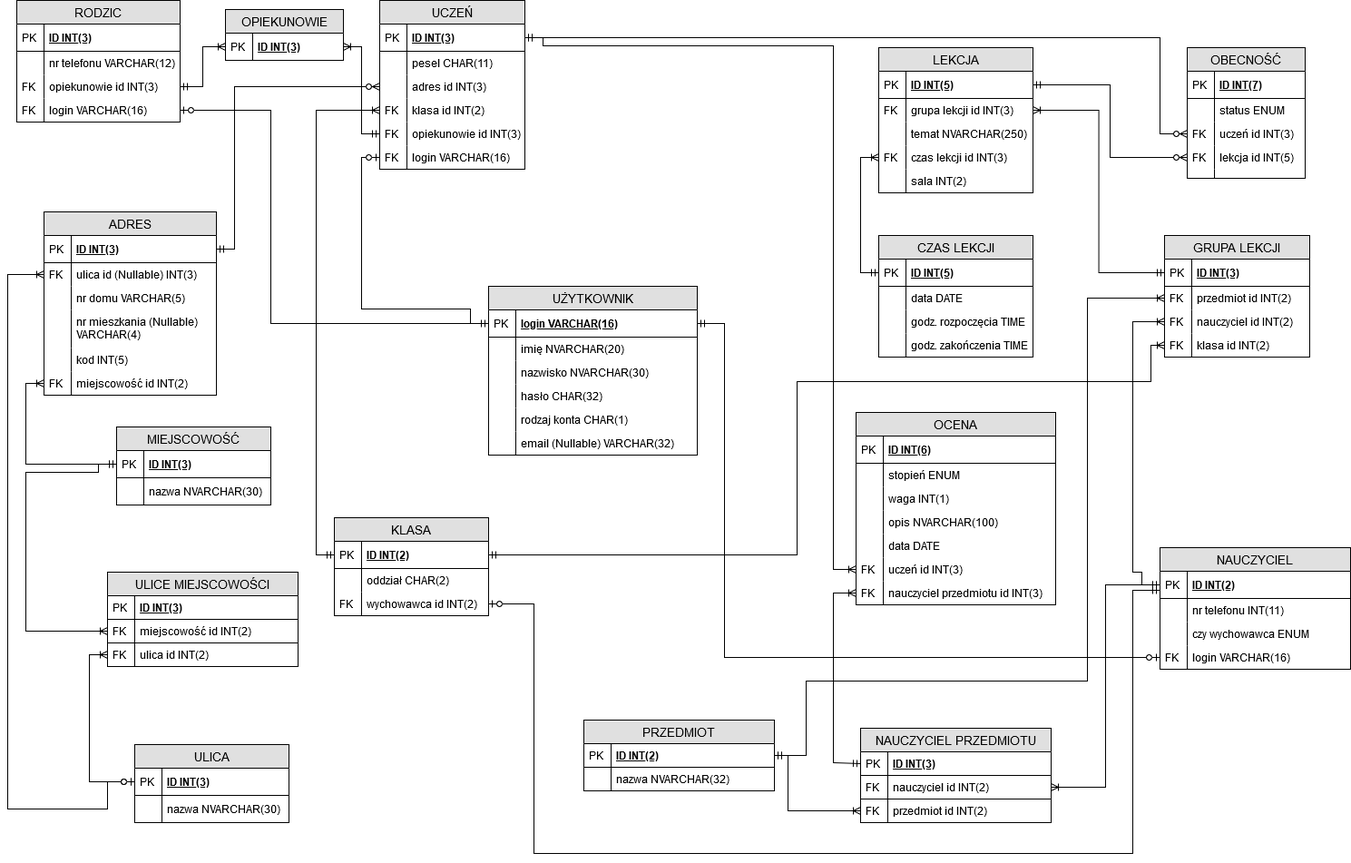
Before: Modele/modele-Model Znormalizowany.png, a diagram exported from draw.io (maciekpajak/BAZY_DANYCH_PROJEKT). Source tidied: cells renumbered, new cells last; positions are measured from the earlier drawing's top-left corner, leaving out a move shared by most shapes.
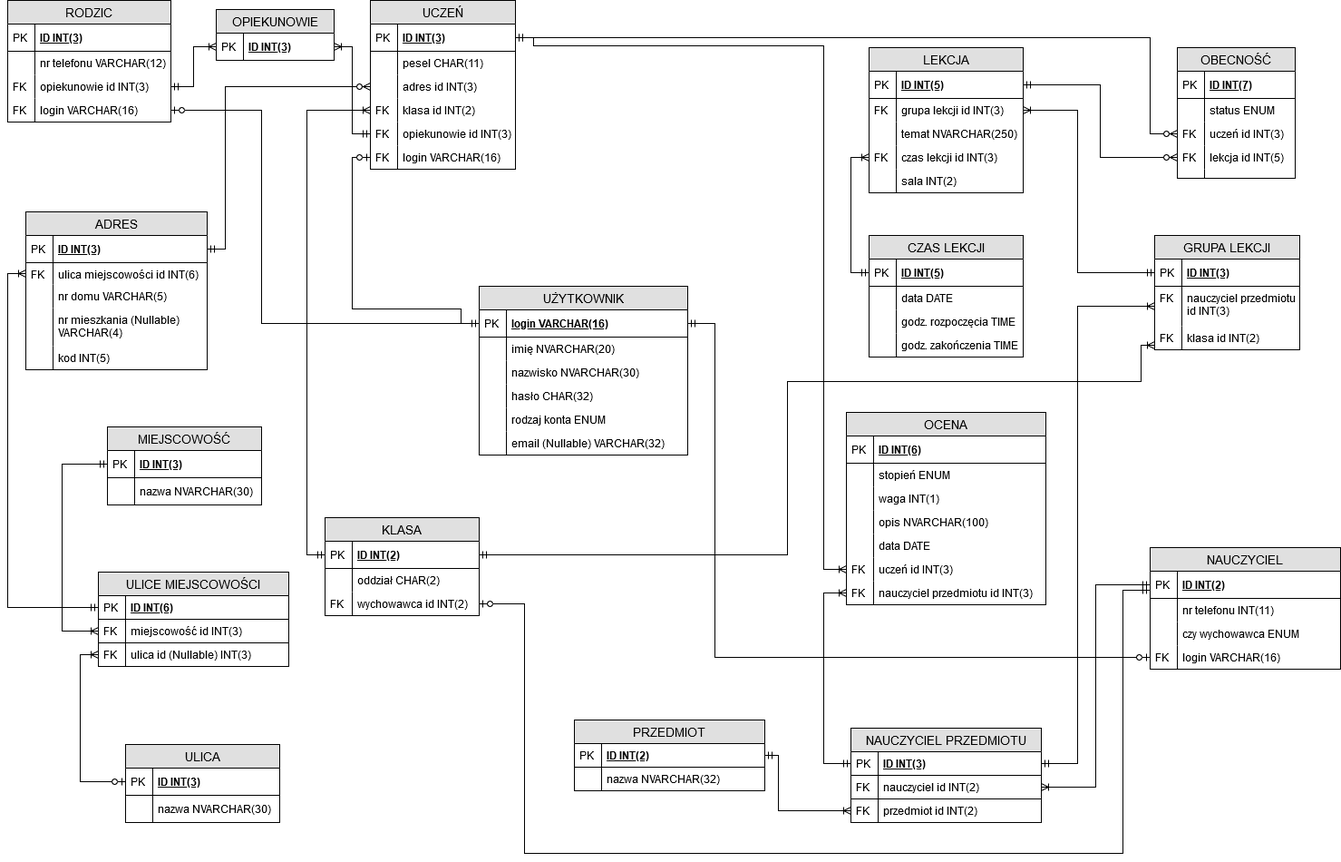
The same diagram one commit later.

Commit message:
modele wieczór 29 kwietnia

Change to the diagram source:
```diff
@@ -57,7 +57,7 @@
       <mxGeometry width="30" height="26" as="geometry" />
     </mxCell>
     <mxCell id="20" value="GRUPA LEKCJI" style="swimlane;fontStyle=0;horizontal=1;startSize=26;fillColor=#e0e0e0;swimlaneFillColor=#ffffff;align=center;fontSize=14;rounded=0;" parent="1" vertex="1">
-      <mxGeometry x="1275" y="259" width="160" height="134" as="geometry" />
+      <mxGeometry x="1275" y="259" width="160" height="126" as="geometry" />
     </mxCell>
     <mxCell id="21" value="ID INT(3)" style="shape=partialRectangle;top=0;left=0;right=0;bottom=1;align=left;verticalAlign=middle;fillColor=none;spacingLeft=34;spacingRight=4;overflow=hidden;points=[[0,0.5],[1,0.5]];portConstraint=eastwest;fontStyle=5;fontSize=12;" parent="20" vertex="1">
       <mxGeometry y="26" width="160" height="30" as="geometry" />
@@ -65,63 +65,51 @@
     <mxCell id="22" value="PK" style="shape=partialRectangle;top=0;left=0;bottom=0;fillColor=none;align=left;verticalAlign=middle;spacingLeft=4;spacingRight=4;overflow=hidden;fontSize=12;" parent="21" vertex="1">
       <mxGeometry width="30" height="30" as="geometry" />
     </mxCell>
-    <mxCell id="23" value="przedmiot id INT(2)" style="shape=partialRectangle;top=0;left=0;right=0;bottom=0;align=left;verticalAlign=top;fillColor=none;spacingLeft=34;spacingRight=4;overflow=hidden;points=[[0,0.5],[1,0.5]];portConstraint=eastwest;fontSize=12;" parent="20" vertex="1">
-      <mxGeometry y="56" width="160" height="26" as="geometry" />
-    </mxCell>
-    <mxCell id="24" value="FK" style="shape=partialRectangle;top=0;left=0;bottom=0;fillColor=none;align=left;verticalAlign=top;spacingLeft=4;spacingRight=4;overflow=hidden;fontSize=12;" parent="23" vertex="1">
-      <mxGeometry width="30" height="26" as="geometry" />
-    </mxCell>
-    <mxCell id="25" value="nauczyciel id INT(2)" style="shape=partialRectangle;top=0;left=0;right=0;bottom=0;align=left;verticalAlign=top;fillColor=none;spacingLeft=34;spacingRight=4;overflow=hidden;points=[[0,0.5],[1,0.5]];portConstraint=eastwest;fontSize=12;" parent="20" vertex="1">
-      <mxGeometry y="82" width="160" height="26" as="geometry" />
+    <mxCell id="25" value="nauczyciel przedmiotu&#10;id INT(3)" style="shape=partialRectangle;top=0;left=0;right=0;bottom=0;align=left;verticalAlign=top;fillColor=none;spacingLeft=34;spacingRight=4;overflow=hidden;points=[[0,0.5],[1,0.5]];portConstraint=eastwest;fontSize=12;" parent="20" vertex="1">
+      <mxGeometry y="56" width="160" height="44" as="geometry" />
     </mxCell>
     <mxCell id="26" value="FK" style="shape=partialRectangle;top=0;left=0;bottom=0;fillColor=none;align=left;verticalAlign=top;spacingLeft=4;spacingRight=4;overflow=hidden;fontSize=12;" parent="25" vertex="1">
-      <mxGeometry width="30" height="26" as="geometry" />
+      <mxGeometry width="30" height="44" as="geometry" />
     </mxCell>
     <mxCell id="27" value="klasa id INT(2)" style="shape=partialRectangle;top=0;left=0;right=0;bottom=0;align=left;verticalAlign=top;fillColor=none;spacingLeft=34;spacingRight=4;overflow=hidden;points=[[0,0.5],[1,0.5]];portConstraint=eastwest;fontSize=12;rounded=0;" parent="20" vertex="1">
-      <mxGeometry y="108" width="160" height="26" as="geometry" />
+      <mxGeometry y="100" width="160" height="26" as="geometry" />
     </mxCell>
     <mxCell id="28" value="FK" style="shape=partialRectangle;top=0;left=0;bottom=0;fillColor=none;align=left;verticalAlign=top;spacingLeft=4;spacingRight=4;overflow=hidden;fontSize=12;" parent="27" vertex="1">
       <mxGeometry width="30" height="26" as="geometry" />
     </mxCell>
     <mxCell id="29" value="ADRES" style="swimlane;fontStyle=0;horizontal=1;startSize=26;fillColor=#e0e0e0;swimlaneFillColor=#ffffff;align=center;fontSize=14;" parent="1" vertex="1">
-      <mxGeometry x="40" y="233" width="190" height="202" as="geometry" />
+      <mxGeometry x="30" y="233" width="200" height="174" as="geometry" />
     </mxCell>
     <mxCell id="30" value="ID INT(3)" style="shape=partialRectangle;top=0;left=0;right=0;bottom=1;align=left;verticalAlign=middle;fillColor=none;spacingLeft=34;spacingRight=4;overflow=hidden;points=[[0,0.5],[1,0.5]];portConstraint=eastwest;fontStyle=5;fontSize=12;" parent="29" vertex="1">
-      <mxGeometry y="26" width="190" height="30" as="geometry" />
+      <mxGeometry y="26" width="200" height="30" as="geometry" />
     </mxCell>
     <mxCell id="31" value="PK" style="shape=partialRectangle;top=0;left=0;bottom=0;fillColor=none;align=left;verticalAlign=middle;spacingLeft=4;spacingRight=4;overflow=hidden;fontSize=12;" parent="30" vertex="1">
       <mxGeometry width="30" height="30" as="geometry" />
     </mxCell>
-    <mxCell id="32" value="ulica id (Nullable) INT(3)" style="shape=partialRectangle;top=0;left=0;right=0;bottom=0;align=left;verticalAlign=top;fillColor=none;spacingLeft=34;spacingRight=4;overflow=hidden;points=[[0,0.5],[1,0.5]];portConstraint=eastwest;fontSize=12;" parent="29" vertex="1">
-      <mxGeometry y="56" width="190" height="26" as="geometry" />
+    <mxCell id="32" value="ulica miejscowości id INT(6)" style="shape=partialRectangle;top=0;left=0;right=0;bottom=0;align=left;verticalAlign=top;fillColor=none;spacingLeft=34;spacingRight=4;overflow=hidden;points=[[0,0.5],[1,0.5]];portConstraint=eastwest;fontSize=12;" parent="29" vertex="1">
+      <mxGeometry y="56" width="200" height="24" as="geometry" />
     </mxCell>
     <mxCell id="33" value="FK" style="shape=partialRectangle;top=0;left=0;bottom=0;fillColor=none;align=left;verticalAlign=top;spacingLeft=4;spacingRight=4;overflow=hidden;fontSize=12;" parent="32" vertex="1">
-      <mxGeometry width="30" height="26" as="geometry" />
+      <mxGeometry width="30" height="24" as="geometry" />
     </mxCell>
     <mxCell id="34" value="nr domu VARCHAR(5)" style="shape=partialRectangle;top=0;left=0;right=0;bottom=0;align=left;verticalAlign=top;fillColor=none;spacingLeft=34;spacingRight=4;overflow=hidden;fontSize=12;" parent="29" vertex="1">
-      <mxGeometry y="82" width="190" height="26" as="geometry" />
+      <mxGeometry y="80" width="200" height="26" as="geometry" />
     </mxCell>
     <mxCell id="35" style="shape=partialRectangle;top=0;left=0;bottom=0;fillColor=none;align=left;verticalAlign=top;spacingLeft=4;spacingRight=4;overflow=hidden;fontSize=12;" parent="34" vertex="1">
       <mxGeometry width="30" height="26" as="geometry" />
     </mxCell>
     <mxCell id="36" value="nr mieszkania (Nullable)&#10; VARCHAR(4)" style="shape=partialRectangle;top=0;left=0;right=0;bottom=0;align=left;verticalAlign=top;fillColor=none;spacingLeft=34;spacingRight=4;overflow=hidden;fontSize=12;" parent="29" vertex="1">
-      <mxGeometry y="108" width="190" height="42" as="geometry" />
+      <mxGeometry y="106" width="200" height="42" as="geometry" />
     </mxCell>
     <mxCell id="37" style="shape=partialRectangle;top=0;left=0;bottom=0;fillColor=none;align=left;verticalAlign=top;spacingLeft=4;spacingRight=4;overflow=hidden;fontSize=12;" parent="36" vertex="1">
       <mxGeometry width="30" height="42" as="geometry" />
     </mxCell>
     <mxCell id="38" value="kod INT(5)" style="shape=partialRectangle;top=0;left=0;right=0;bottom=0;align=left;verticalAlign=top;fillColor=none;spacingLeft=34;spacingRight=4;overflow=hidden;fontSize=12;" parent="29" vertex="1">
-      <mxGeometry y="150" width="190" height="26" as="geometry" />
+      <mxGeometry y="148" width="200" height="26" as="geometry" />
     </mxCell>
     <mxCell id="39" style="shape=partialRectangle;top=0;left=0;bottom=0;fillColor=none;align=left;verticalAlign=top;spacingLeft=4;spacingRight=4;overflow=hidden;fontSize=12;" parent="38" vertex="1">
       <mxGeometry width="30" height="26" as="geometry" />
     </mxCell>
-    <mxCell id="40" value="miejscowość id INT(2)" style="shape=partialRectangle;top=0;left=0;right=0;bottom=0;align=left;verticalAlign=top;fillColor=none;spacingLeft=34;spacingRight=4;overflow=hidden;points=[[0,0.5],[1,0.5]];portConstraint=eastwest;fontSize=12;" parent="29" vertex="1">
-      <mxGeometry y="176" width="190" height="26" as="geometry" />
-    </mxCell>
-    <mxCell id="41" value="FK" style="shape=partialRectangle;top=0;left=0;bottom=0;fillColor=none;align=left;verticalAlign=top;spacingLeft=4;spacingRight=4;overflow=hidden;fontSize=12;" parent="40" vertex="1">
-      <mxGeometry width="30" height="26" as="geometry" />
-    </mxCell>
     <mxCell id="42" value="CZAS LEKCJI" style="swimlane;fontStyle=0;horizontal=1;startSize=26;fillColor=#e0e0e0;swimlaneFillColor=#ffffff;align=center;fontSize=14;rounded=0;" parent="1" vertex="1">
       <mxGeometry x="960" y="259" width="170" height="134" as="geometry" />
     </mxCell>
@@ -157,16 +145,6 @@
         </Array>
       </mxGeometry>
     </mxCell>
-    <mxCell id="52" style="edgeStyle=orthogonalEdgeStyle;rounded=0;jettySize=auto;html=1;exitX=0;exitY=0.5;exitDx=0;exitDy=0;startArrow=ERoneToMany;startFill=0;endArrow=ERzeroToOne;endFill=1;fontSize=12;" parent="1" edge="1" source="32" target="148">
-      <mxGeometry relative="1" as="geometry">
-        <Array as="points">
-          <mxPoint y="302" />
-          <mxPoint y="891" />
-          <mxPoint x="110" y="891" />
-          <mxPoint x="110" y="861" />
-        </Array>
-      </mxGeometry>
-    </mxCell>
     <mxCell id="53" style="edgeStyle=orthogonalEdgeStyle;rounded=0;jettySize=auto;html=1;exitX=0;exitY=0.5;exitDx=0;exitDy=0;startArrow=ERzeroToMany;startFill=1;endArrow=ERmandOne;endFill=0;fontSize=12;" parent="1" edge="1" source="12" target="30">
       <mxGeometry relative="1" as="geometry">
         <Array as="points">
@@ -319,28 +297,13 @@
         </Array>
       </mxGeometry>
     </mxCell>
-    <mxCell id="94" style="edgeStyle=orthogonalEdgeStyle;rounded=0;jettySize=auto;html=1;exitX=0;exitY=0.5;exitDx=0;exitDy=0;entryX=0;entryY=0.5;entryDx=0;entryDy=0;startArrow=ERmandOne;startFill=0;endArrow=ERoneToMany;endFill=0;fontSize=12;" parent="1" edge="1" source="161" target="25">
-      <mxGeometry relative="1" as="geometry">
-        <Array as="points">
-          <mxPoint x="1250" y="644" />
-          <mxPoint x="1250" y="630" />
-          <mxPoint x="1240" y="630" />
-          <mxPoint x="1240" y="354" />
-        </Array>
-      </mxGeometry>
-    </mxCell>
-    <mxCell id="95" style="edgeStyle=orthogonalEdgeStyle;rounded=0;jettySize=auto;html=1;exitX=1;exitY=0.5;exitDx=0;exitDy=0;startArrow=ERmandOne;startFill=0;endArrow=ERoneToMany;endFill=0;fontSize=12;" parent="1" edge="1" source="101" target="23">
-      <mxGeometry relative="1" as="geometry">
-        <Array as="points">
-          <mxPoint x="880" y="832" />
-          <mxPoint x="880" y="750" />
-          <mxPoint x="1190" y="750" />
-          <mxPoint x="1190" y="328" />
-        </Array>
-      </mxGeometry>
-    </mxCell>
     <mxCell id="96" style="edgeStyle=orthogonalEdgeStyle;rounded=0;jettySize=auto;html=1;exitX=0;exitY=0.5;exitDx=0;exitDy=0;entryX=1;entryY=0.5;entryDx=0;entryDy=0;startArrow=ERmandOne;startFill=0;endArrow=ERoneToMany;endFill=0;fontSize=12;" parent="1" edge="1" source="21" target="109">
-      <mxGeometry relative="1" as="geometry" />
+      <mxGeometry relative="1" as="geometry">
+        <Array as="points">
+          <mxPoint x="1190" y="300" />
+          <mxPoint x="1190" y="121" />
+        </Array>
+      </mxGeometry>
     </mxCell>
     <mxCell id="97" style="edgeStyle=orthogonalEdgeStyle;rounded=0;jettySize=auto;html=1;exitX=0;exitY=0.5;exitDx=0;exitDy=0;entryX=0;entryY=0.5;entryDx=0;entryDy=0;startArrow=ERmandOne;startFill=0;endArrow=ERoneToMany;endFill=0;fontSize=12;" parent="1" edge="1" source="43" target="113">
       <mxGeometry relative="1" as="geometry" />
@@ -355,14 +318,6 @@
         </Array>
       </mxGeometry>
     </mxCell>
-    <mxCell id="99" style="edgeStyle=orthogonalEdgeStyle;rounded=0;jettySize=auto;html=1;exitX=0;exitY=0.5;exitDx=0;exitDy=0;entryX=0;entryY=0.5;entryDx=0;entryDy=0;startArrow=ERmandOne;startFill=0;endArrow=ERoneToMany;endFill=0;fontSize=12;" parent="1" edge="1" source="170" target="69">
-      <mxGeometry relative="1" as="geometry">
-        <Array as="points">
-          <mxPoint x="910" y="840" />
-          <mxPoint x="910" y="653" />
-        </Array>
-      </mxGeometry>
-    </mxCell>
     <mxCell id="100" value="PRZEDMIOT" style="swimlane;fontStyle=0;horizontal=1;startSize=26;fillColor=#e0e0e0;swimlaneFillColor=#ffffff;align=center;fontSize=14;rounded=0;" parent="1" vertex="1">
       <mxGeometry x="635" y="793" width="210" height="78" as="geometry" />
     </mxCell>
@@ -425,19 +380,14 @@
     <mxCell id="118" style="edgeStyle=orthogonalEdgeStyle;rounded=0;jettySize=auto;html=1;exitX=0;exitY=0.5;exitDx=0;exitDy=0;entryX=0;entryY=0.5;entryDx=0;entryDy=0;startArrow=ERoneToMany;startFill=0;endArrow=ERmandOne;endFill=0;" parent="1" edge="1" source="130" target="123">
       <mxGeometry relative="1" as="geometry">
         <Array as="points">
-          <mxPoint x="20" y="695" />
-          <mxPoint x="20" y="520" />
-          <mxPoint x="100" y="520" />
-          <mxPoint x="100" y="511" />
+          <mxPoint x="70" y="695" />
+          <mxPoint x="70" y="511" />
         </Array>
       </mxGeometry>
     </mxCell>
     <mxCell id="119" style="edgeStyle=orthogonalEdgeStyle;rounded=0;jettySize=auto;html=1;exitX=0;exitY=0.5;exitDx=0;exitDy=0;entryX=0;entryY=0.5;entryDx=0;entryDy=0;startArrow=ERoneToMany;startFill=0;endArrow=ERzeroToOne;endFill=1;" parent="1" edge="1" source="132" target="148">
       <mxGeometry relative="1" as="geometry" />
     </mxCell>
-    <mxCell id="120" style="edgeStyle=orthogonalEdgeStyle;rounded=0;jettySize=auto;html=1;exitX=0;exitY=0.5;exitDx=0;exitDy=0;entryX=0;entryY=0.5;entryDx=0;entryDy=0;startArrow=ERoneToMany;startFill=0;endArrow=ERmandOne;endFill=0;" parent="1" edge="1" source="40" target="123">
-      <mxGeometry relative="1" as="geometry" />
-    </mxCell>
     <mxCell id="121" style="edgeStyle=orthogonalEdgeStyle;rounded=0;jettySize=auto;html=1;exitX=0;exitY=0.5;exitDx=0;exitDy=0;startArrow=ERzeroToOne;startFill=1;endArrow=ERmandOne;endFill=0;" parent="1" edge="1" source="167" target="135">
       <mxGeometry relative="1" as="geometry">
         <Array as="points">
@@ -464,19 +414,19 @@
     <mxCell id="127" value="ULICE MIEJSCOWOŚCI" style="swimlane;fontStyle=0;horizontal=1;startSize=26;fillColor=#e0e0e0;swimlaneFillColor=#ffffff;align=center;fontSize=14;rounded=0;" parent="1" vertex="1">
       <mxGeometry x="110" y="630" width="210" height="104" as="geometry" />
     </mxCell>
-    <mxCell id="128" value="ID INT(3)" style="shape=partialRectangle;top=0;left=0;right=0;bottom=1;align=left;verticalAlign=top;fillColor=none;spacingLeft=34;spacingRight=4;overflow=hidden;points=[[0,0.5],[1,0.5]];portConstraint=eastwest;fontSize=12;fontStyle=5;" parent="127" vertex="1">
+    <mxCell id="128" value="ID INT(6)" style="shape=partialRectangle;top=0;left=0;right=0;bottom=1;align=left;verticalAlign=top;fillColor=none;spacingLeft=34;spacingRight=4;overflow=hidden;points=[[0,0.5],[1,0.5]];portConstraint=eastwest;fontSize=12;fontStyle=5;" parent="127" vertex="1">
       <mxGeometry y="26" width="210" height="26" as="geometry" />
     </mxCell>
     <mxCell id="129" value="PK" style="shape=partialRectangle;top=0;left=0;bottom=0;fillColor=none;align=left;verticalAlign=top;spacingLeft=4;spacingRight=4;overflow=hidden;fontSize=12;" parent="128" vertex="1">
       <mxGeometry width="30" height="26" as="geometry" />
     </mxCell>
-    <mxCell id="130" value="miejscowość id INT(2)" style="shape=partialRectangle;top=0;left=0;right=0;bottom=1;align=left;verticalAlign=top;fillColor=none;spacingLeft=34;spacingRight=4;overflow=hidden;points=[[0,0.5],[1,0.5]];portConstraint=eastwest;fontSize=12;" parent="127" vertex="1">
+    <mxCell id="130" value="miejscowość id INT(3)" style="shape=partialRectangle;top=0;left=0;right=0;bottom=1;align=left;verticalAlign=top;fillColor=none;spacingLeft=34;spacingRight=4;overflow=hidden;points=[[0,0.5],[1,0.5]];portConstraint=eastwest;fontSize=12;" parent="127" vertex="1">
       <mxGeometry y="52" width="210" height="26" as="geometry" />
     </mxCell>
     <mxCell id="131" value="FK" style="shape=partialRectangle;top=0;left=0;bottom=0;fillColor=none;align=left;verticalAlign=top;spacingLeft=4;spacingRight=4;overflow=hidden;fontSize=12;" parent="130" vertex="1">
       <mxGeometry width="30" height="26" as="geometry" />
     </mxCell>
-    <mxCell id="132" value="ulica id INT(2)" style="shape=partialRectangle;top=0;left=0;right=0;bottom=1;align=left;verticalAlign=top;fillColor=none;spacingLeft=34;spacingRight=4;overflow=hidden;points=[[0,0.5],[1,0.5]];portConstraint=eastwest;fontSize=12;" parent="127" vertex="1">
+    <mxCell id="132" value="ulica id (Nullable) INT(3)" style="shape=partialRectangle;top=0;left=0;right=0;bottom=1;align=left;verticalAlign=top;fillColor=none;spacingLeft=34;spacingRight=4;overflow=hidden;points=[[0,0.5],[1,0.5]];portConstraint=eastwest;fontSize=12;" parent="127" vertex="1">
       <mxGeometry y="78" width="210" height="26" as="geometry" />
     </mxCell>
     <mxCell id="133" value="FK" style="shape=partialRectangle;top=0;left=0;bottom=0;fillColor=none;align=left;verticalAlign=top;spacingLeft=4;spacingRight=4;overflow=hidden;fontSize=12;" parent="132" vertex="1">
@@ -509,7 +459,7 @@
     <mxCell id="142" style="shape=partialRectangle;top=0;left=0;bottom=0;fillColor=none;align=left;verticalAlign=top;spacingLeft=4;spacingRight=4;overflow=hidden;fontSize=12;" parent="141" vertex="1">
       <mxGeometry width="30" height="26" as="geometry" />
     </mxCell>
-    <mxCell id="143" value="rodzaj konta CHAR(1)" style="shape=partialRectangle;top=0;left=0;right=0;bottom=0;align=left;verticalAlign=top;fillColor=none;spacingLeft=34;spacingRight=4;overflow=hidden;fontSize=12;" parent="134" vertex="1">
+    <mxCell id="143" value="rodzaj konta ENUM" style="shape=partialRectangle;top=0;left=0;right=0;bottom=0;align=left;verticalAlign=top;fillColor=none;spacingLeft=34;spacingRight=4;overflow=hidden;fontSize=12;" parent="134" vertex="1">
       <mxGeometry y="134" width="230" height="26" as="geometry" />
     </mxCell>
     <mxCell id="144" style="shape=partialRectangle;top=0;left=0;bottom=0;fillColor=none;align=left;verticalAlign=top;spacingLeft=4;spacingRight=4;overflow=hidden;fontSize=12;" parent="143" vertex="1">
@@ -615,5 +565,29 @@
     <mxCell id="175" value="FK" style="shape=partialRectangle;top=0;left=0;bottom=0;fillColor=none;align=left;verticalAlign=top;spacingLeft=4;spacingRight=4;overflow=hidden;fontSize=12;" parent="174" vertex="1">
       <mxGeometry width="30" height="26" as="geometry" />
     </mxCell>
+    <mxCell id="176" style="edgeStyle=orthogonalEdgeStyle;rounded=0;jettySize=auto;html=1;exitX=0;exitY=0.5;exitDx=0;exitDy=0;endArrow=ERmandOne;endFill=0;startArrow=ERoneToMany;startFill=0;" parent="1" edge="1" source="32" target="128">
+      <mxGeometry relative="1" as="geometry">
+        <Array as="points">
+          <mxPoint x="10" y="301" />
+          <mxPoint x="10" y="669" />
+        </Array>
+      </mxGeometry>
+    </mxCell>
+    <mxCell id="177" style="edgeStyle=orthogonalEdgeStyle;rounded=0;jettySize=auto;html=1;exitX=0;exitY=0.5;exitDx=0;exitDy=0;entryX=0;entryY=0.5;entryDx=0;entryDy=0;startArrow=ERoneToMany;startFill=0;endArrow=ERmandOne;endFill=0;" parent="1" edge="1" source="69" target="170">
+      <mxGeometry relative="1" as="geometry">
+        <Array as="points">
+          <mxPoint x="910" y="653" />
+          <mxPoint x="910" y="841" />
+        </Array>
+      </mxGeometry>
+    </mxCell>
+    <mxCell id="178" style="edgeStyle=orthogonalEdgeStyle;rounded=0;jettySize=auto;html=1;exitX=0;exitY=0.5;exitDx=0;exitDy=0;entryX=1;entryY=0.5;entryDx=0;entryDy=0;startArrow=ERoneToMany;startFill=0;endArrow=ERmandOne;endFill=0;" parent="1" edge="1" source="25" target="170">
+      <mxGeometry relative="1" as="geometry">
+        <Array as="points">
+          <mxPoint x="1190" y="337" />
+          <mxPoint x="1190" y="841" />
+        </Array>
+      </mxGeometry>
+    </mxCell>
   </root>
 </mxGraphModel>
```
